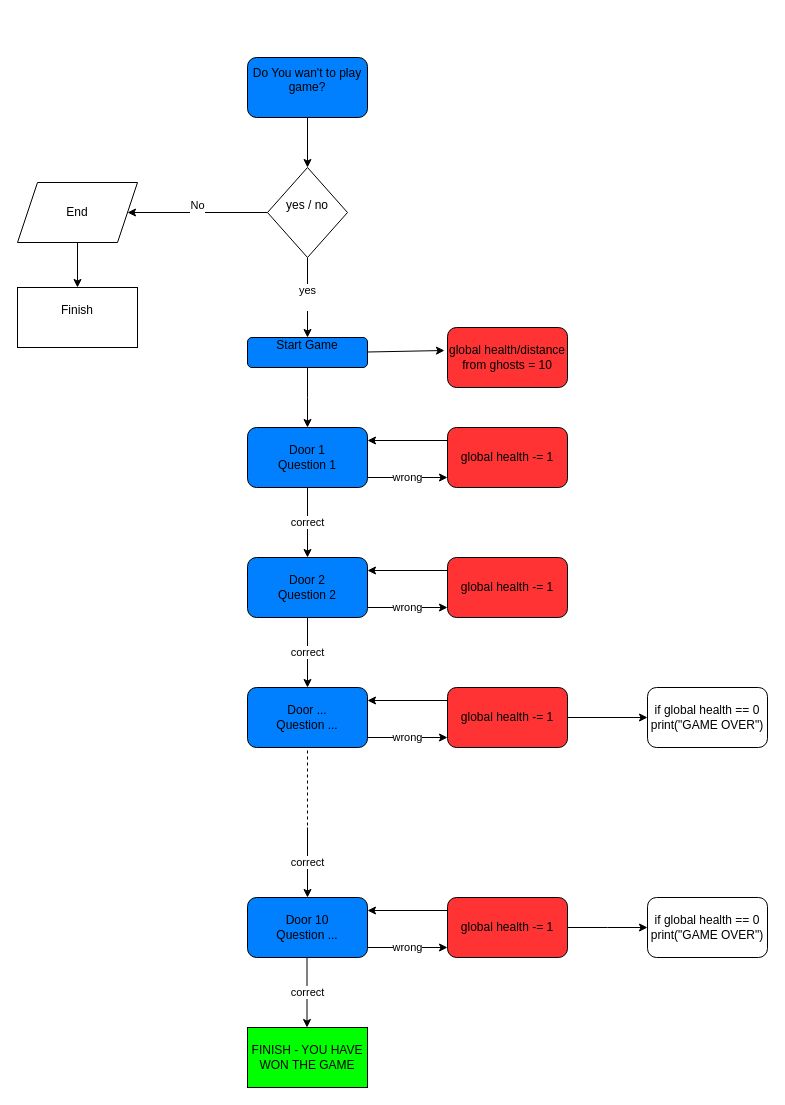
Before: first_flowchart.drawio in kelsi0/Game, a draw.io diagram. Source tidied: cells renumbered, new cells numbered last; positions are measured from the earlier drawing's top-left corner, leaving out a move shared by most shapes. Both pictures are drawn from the tidied source at 100%, with x=0, y=0 at pixel (17, 57).
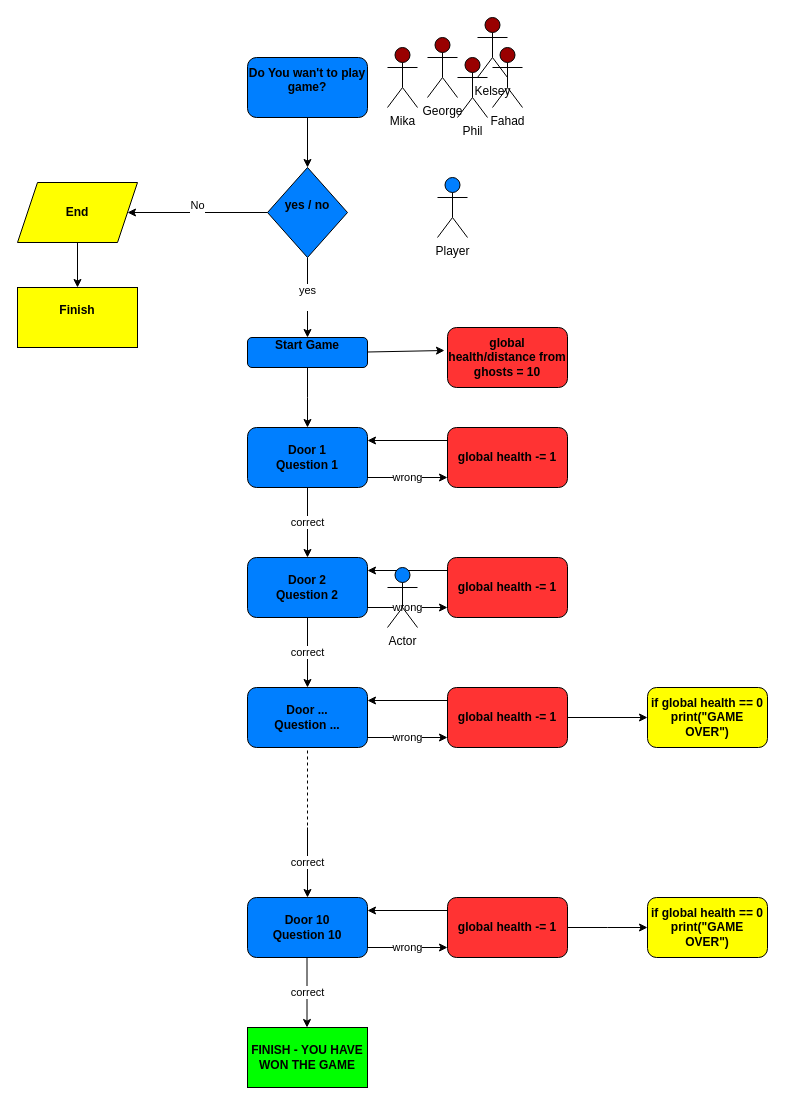
The same page after the edit.

The edit, as a diff of the source:
```diff
@@
+    <mxCell id="40" value="Kelsey" style="shape=umlActor;verticalLabelPosition=bottom;verticalAlign=top;html=1;fillColor=#990000;" parent="1" vertex="1">
+      <mxGeometry x="460" y="-40" width="30" height="60" as="geometry" />
+    </mxCell>
@@
-    <mxCell id="4" value="&lt;div&gt;yes / no&lt;/div&gt;&lt;div&gt;&lt;br&gt;&lt;/div&gt;" style="rhombus;whiteSpace=wrap;html=1;" parent="1" vertex="1">
+    <mxCell id="4" value="&lt;div&gt;yes / no&lt;/div&gt;&lt;div&gt;&lt;br&gt;&lt;/div&gt;" style="rhombus;whiteSpace=wrap;html=1;fillColor=#007FFF;fontStyle=1;" parent="1" vertex="1">
       <mxGeometry x="250" y="110" width="80" height="90" as="geometry" />
     </mxCell>
@@
-    <mxCell id="6" value="&lt;div&gt;End&lt;/div&gt;" style="shape=parallelogram;perimeter=parallelogramPerimeter;whiteSpace=wrap;html=1;fixedSize=1;" parent="1" vertex="1">
+    <mxCell id="6" value="&lt;div&gt;End&lt;/div&gt;" style="shape=parallelogram;perimeter=parallelogramPerimeter;whiteSpace=wrap;html=1;fixedSize=1;fillColor=#FFFF00;fontStyle=1;" parent="1" vertex="1">
       <mxGeometry y="125" width="120" height="60" as="geometry" />
     </mxCell>
-    <mxCell id="7" value="&lt;div&gt;Finish&lt;/div&gt;&lt;div&gt;&lt;br&gt;&lt;/div&gt;" style="rounded=0;whiteSpace=wrap;html=1;" parent="1" vertex="1">
+    <mxCell id="7" value="&lt;div&gt;Finish&lt;/div&gt;&lt;div&gt;&lt;br&gt;&lt;/div&gt;" style="rounded=0;whiteSpace=wrap;html=1;fillColor=#FFFF00;fontStyle=1;" parent="1" vertex="1">
       <mxGeometry y="230" width="120" height="60" as="geometry" />
     </mxCell>
@@
-    <mxCell id="9" value="&lt;div&gt;Do You wan't to play game?&lt;/div&gt;&lt;div&gt;&lt;br&gt;&lt;/div&gt;" style="rounded=1;whiteSpace=wrap;html=1;fillColor=#007FFF;" parent="1" vertex="1">
+    <mxCell id="9" value="&lt;div&gt;Do You wan't to play game?&lt;/div&gt;&lt;div&gt;&lt;br&gt;&lt;/div&gt;" style="rounded=1;whiteSpace=wrap;html=1;fillColor=#007FFF;fontStyle=1;" parent="1" vertex="1">
       <mxGeometry x="230" width="120" height="60" as="geometry" />
     </mxCell>
@@
-    <mxCell id="11" value="&lt;div&gt;Start Game&lt;/div&gt;&lt;div&gt;&lt;br&gt;&lt;/div&gt;" style="rounded=1;whiteSpace=wrap;html=1;fillColor=#007FFF;" parent="1" vertex="1">
+    <mxCell id="11" value="&lt;div&gt;Start Game&lt;/div&gt;&lt;div&gt;&lt;br&gt;&lt;/div&gt;" style="rounded=1;whiteSpace=wrap;html=1;fillColor=#007FFF;fontStyle=1;" parent="1" vertex="1">
       <mxGeometry x="230" y="280" width="120" height="30" as="geometry" />
     </mxCell>
-    <mxCell id="12" value="Door 1&lt;br&gt;Question 1" style="rounded=1;whiteSpace=wrap;html=1;fillColor=#007FFF;" parent="1" vertex="1">
+    <mxCell id="12" value="Door 1&lt;br&gt;Question 1" style="rounded=1;whiteSpace=wrap;html=1;fillColor=#007FFF;fontStyle=1;" parent="1" vertex="1">
       <mxGeometry x="230" y="370" width="120" height="60" as="geometry" />
     </mxCell>
@@
-    <mxCell id="14" value="global health -= 1" style="rounded=1;whiteSpace=wrap;html=1;fillColor=#FF3333;" parent="1" vertex="1">
+    <mxCell id="14" value="global health -= 1" style="rounded=1;whiteSpace=wrap;html=1;fillColor=#FF3333;fontStyle=1;" parent="1" vertex="1">
       <mxGeometry x="430" y="370" width="120" height="60" as="geometry" />
     </mxCell>
@@
-    <mxCell id="17" value="Door 2&lt;br&gt;Question 2" style="rounded=1;whiteSpace=wrap;html=1;fillColor=#007FFF;" parent="1" vertex="1">
+    <mxCell id="17" value="Door 2&lt;br&gt;Question 2" style="rounded=1;whiteSpace=wrap;html=1;fillColor=#007FFF;fontStyle=1;" parent="1" vertex="1">
       <mxGeometry x="230" y="500" width="120" height="60" as="geometry" />
     </mxCell>
-    <mxCell id="18" value="global health -= 1" style="rounded=1;whiteSpace=wrap;html=1;fillColor=#FF3333;" parent="1" vertex="1">
+    <mxCell id="18" value="global health -= 1" style="rounded=1;whiteSpace=wrap;html=1;fillColor=#FF3333;fontStyle=1;" parent="1" vertex="1">
       <mxGeometry x="430" y="500" width="120" height="60" as="geometry" />
     </mxCell>
@@
-    <mxCell id="22" value="Door ...&lt;br&gt;Question ..." style="rounded=1;whiteSpace=wrap;html=1;fillColor=#007FFF;" parent="1" vertex="1">
+    <mxCell id="22" value="Door ...&lt;br&gt;Question ..." style="rounded=1;whiteSpace=wrap;html=1;fillColor=#007FFF;fontStyle=1;" parent="1" vertex="1">
       <mxGeometry x="230" y="630" width="120" height="60" as="geometry" />
     </mxCell>
@@
-    <mxCell id="24" value="global health -= 1" style="rounded=1;whiteSpace=wrap;html=1;fillColor=#FF3333;" parent="1" vertex="1">
+    <mxCell id="24" value="global health -= 1" style="rounded=1;whiteSpace=wrap;html=1;fillColor=#FF3333;fontStyle=1;" parent="1" vertex="1">
       <mxGeometry x="430" y="630" width="120" height="60" as="geometry" />
     </mxCell>
@@
-    <mxCell id="28" value="global health/distance from ghosts = 10" style="rounded=1;whiteSpace=wrap;html=1;fillColor=#FF3333;" parent="1" vertex="1">
+    <mxCell id="28" value="global health/distance from ghosts = 10" style="rounded=1;whiteSpace=wrap;html=1;fillColor=#FF3333;fontStyle=1;" parent="1" vertex="1">
       <mxGeometry x="430" y="270" width="120" height="60" as="geometry" />
     </mxCell>
-    <mxCell id="29" value="if global health == 0&lt;br&gt;print(&quot;GAME OVER&quot;)" style="rounded=1;whiteSpace=wrap;html=1;" parent="1" vertex="1">
+    <mxCell id="29" value="if global health == 0&lt;br&gt;print(&quot;GAME OVER&quot;)" style="rounded=1;whiteSpace=wrap;html=1;fillColor=#FFFF00;fontStyle=1;" parent="1" vertex="1">
       <mxGeometry x="630" y="630" width="120" height="60" as="geometry" />
     </mxCell>
@@
-    <mxCell id="31" value="Door 10&lt;br&gt;Question ..." style="rounded=1;whiteSpace=wrap;html=1;fillColor=#007FFF;" parent="1" vertex="1">
+    <mxCell id="31" value="Door 10&lt;br&gt;Question 10" style="rounded=1;whiteSpace=wrap;html=1;fillColor=#007FFF;fontStyle=1;" parent="1" vertex="1">
       <mxGeometry x="230" y="840" width="120" height="60" as="geometry" />
     </mxCell>
@@
-    <mxCell id="33" value="global health -= 1" style="rounded=1;whiteSpace=wrap;html=1;fillColor=#FF3333;" parent="1" vertex="1">
+    <mxCell id="33" value="global health -= 1" style="rounded=1;whiteSpace=wrap;html=1;fillColor=#FF3333;fontStyle=1;" parent="1" vertex="1">
       <mxGeometry x="430" y="840" width="120" height="60" as="geometry" />
     </mxCell>
@@
-    <mxCell id="38" value="&lt;div&gt;FINISH - YOU HAVE WON THE GAME&lt;/div&gt;" style="rounded=0;whiteSpace=wrap;html=1;labelBackgroundColor=#00FF00;fillColor=#00FF00;" parent="1" vertex="1">
+    <mxCell id="38" value="&lt;div&gt;FINISH - YOU HAVE WON THE GAME&lt;/div&gt;" style="rounded=0;whiteSpace=wrap;html=1;labelBackgroundColor=#00FF00;fillColor=#00FF00;fontStyle=1;" parent="1" vertex="1">
       <mxGeometry x="230" y="970" width="120" height="60" as="geometry" />
     </mxCell>
-    <mxCell id="39" value="if global health == 0&lt;br&gt;print(&quot;GAME OVER&quot;)" style="rounded=1;whiteSpace=wrap;html=1;" parent="1" vertex="1">
+    <mxCell id="39" value="if global health == 0&lt;br&gt;print(&quot;GAME OVER&quot;)" style="rounded=1;whiteSpace=wrap;html=1;fillColor=#FFFF00;fontStyle=1;" parent="1" vertex="1">
       <mxGeometry x="630" y="840" width="120" height="60" as="geometry" />
     </mxCell>
+    <mxCell id="41" value="Player" style="shape=umlActor;verticalLabelPosition=bottom;verticalAlign=top;html=1;fillColor=#007FFF;" parent="1" vertex="1">
+      <mxGeometry x="420" y="120" width="30" height="60" as="geometry" />
+    </mxCell>
+    <mxCell id="42" value="Actor" style="shape=umlActor;verticalLabelPosition=bottom;verticalAlign=top;html=1;fillColor=#007FFF;" parent="1" vertex="1">
+      <mxGeometry x="370" y="510" width="30" height="60" as="geometry" />
+    </mxCell>
+    <mxCell id="43" value="Fahad" style="shape=umlActor;verticalLabelPosition=bottom;verticalAlign=top;html=1;fillColor=#990000;" parent="1" vertex="1">
+      <mxGeometry x="475" y="-10" width="30" height="60" as="geometry" />
+    </mxCell>
+    <mxCell id="44" value="Phil" style="shape=umlActor;verticalLabelPosition=bottom;verticalAlign=top;html=1;fillColor=#990000;" parent="1" vertex="1">
+      <mxGeometry x="440" width="30" height="60" as="geometry" />
+    </mxCell>
+    <mxCell id="45" value="George" style="shape=umlActor;verticalLabelPosition=bottom;verticalAlign=top;html=1;fillColor=#990000;" parent="1" vertex="1">
+      <mxGeometry x="410" y="-20" width="30" height="60" as="geometry" />
+    </mxCell>
+    <mxCell id="46" value="Mika" style="shape=umlActor;verticalLabelPosition=bottom;verticalAlign=top;html=1;fillColor=#990000;" parent="1" vertex="1">
+      <mxGeometry x="370" y="-10" width="30" height="60" as="geometry" />
+    </mxCell>
```
